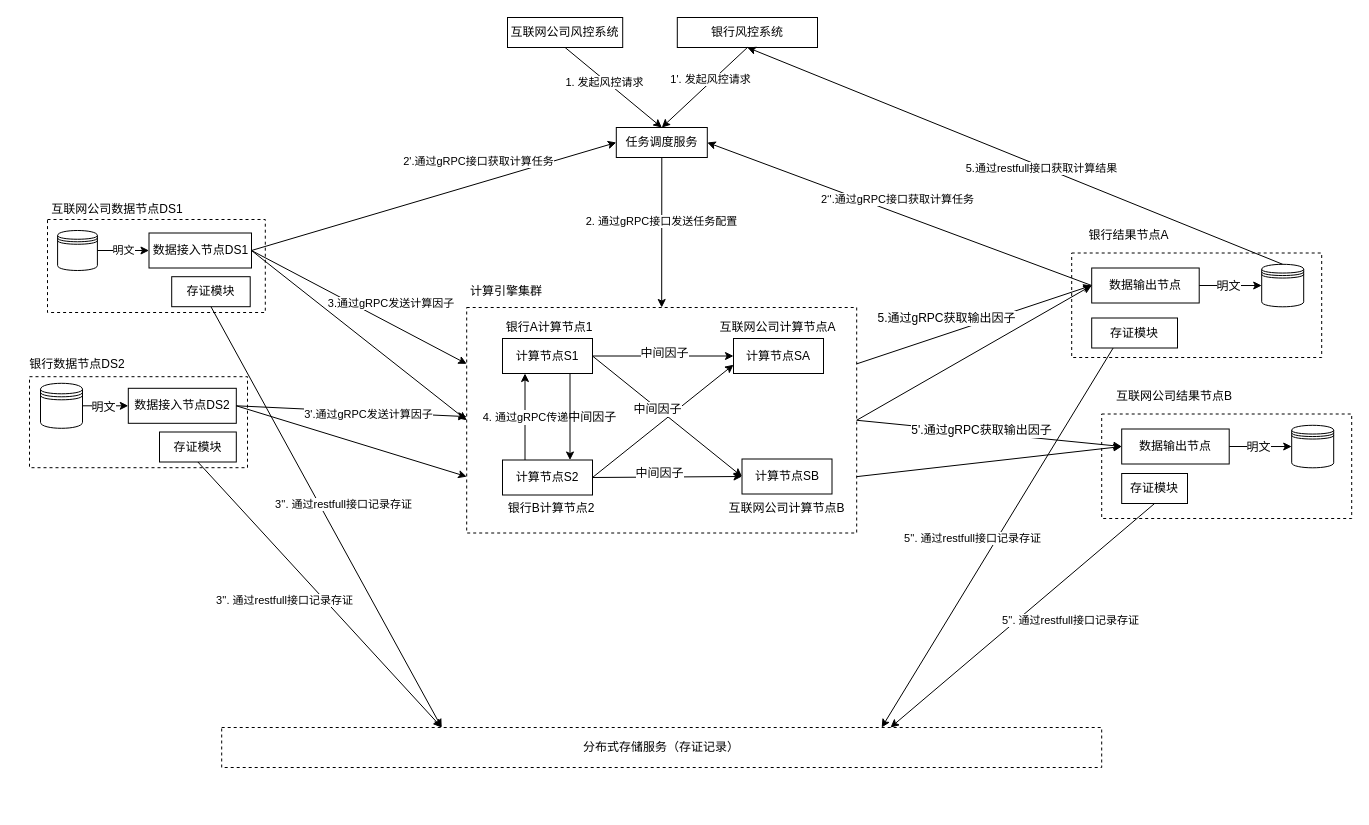
yankaili2006/drawing_io keeps this draw.io diagram as lianhefengkong.drawio. Above is the earlier version. Source tidied: cells renumbered, new cells numbered last; positions are measured from the earlier drawing's top-left corner, leaving out a move shared by most shapes. Both pictures are drawn from the tidied source at 100%, with x=0, y=0 at pixel (17, 17).
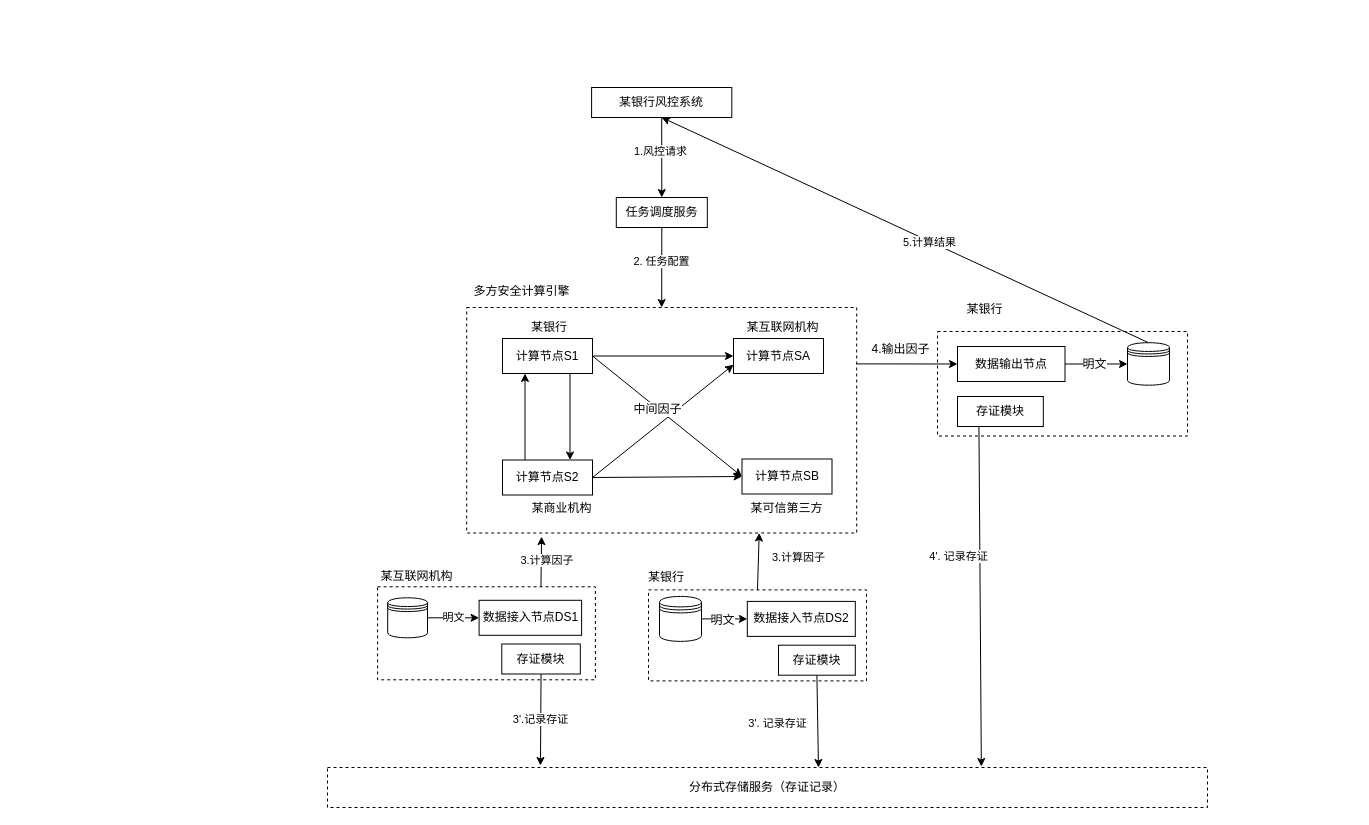
The same page after the edit.

Unchanged cells that the change refers to:
```xml
<mxCell id="6" style="rounded=0;whiteSpace=wrap;html=1;fillColor=none;labelPosition=center;verticalLabelPosition=middle;align=center;verticalAlign=middle;dashed=1;" parent="1" vertex="1">
  <mxGeometry x="449.2" y="290" width="390" height="225.5" as="geometry" />
</mxCell>
<mxCell id="10" style="endArrow=classic;html=1;entryX=0.5;entryY=0;entryDx=0;entryDy=0;exitX=0.5;exitY=1;exitDx=0;exitDy=0;" parent="1" edge="1" source="9" target="6">
  <mxGeometry relative="1" as="geometry" />
</mxCell>
<mxCell id="17" style="endArrow=classic;html=1;exitX=0.25;exitY=0;exitDx=0;exitDy=0;entryX=0.25;entryY=1;entryDx=0;entryDy=0;" parent="1" edge="1" source="19" target="16">
  <mxGeometry relative="1" as="geometry" />
</mxCell>
<mxCell id="23" style="endArrow=classic;html=1;exitX=1;exitY=0.5;exitDx=0;exitDy=0;entryX=0;entryY=0.5;entryDx=0;entryDy=0;" parent="1" edge="1" source="16" target="21">
  <mxGeometry relative="1" as="geometry" />
</mxCell>
<mxCell id="25" style="endArrow=classic;html=1;exitX=1;exitY=0.5;exitDx=0;exitDy=0;entryX=0;entryY=0.5;entryDx=0;entryDy=0;" parent="1" edge="1" source="19" target="20">
  <mxGeometry relative="1" as="geometry" />
</mxCell>
<mxCell id="52" style="endArrow=classic;html=1;entryX=0;entryY=0.5;entryDx=0;entryDy=0;exitX=1;exitY=0.25;exitDx=0;exitDy=0;" parent="1" edge="1" source="6" target="42">
  <mxGeometry relative="1" as="geometry" />
</mxCell>
<mxCell id="75" style="endArrow=classic;html=1;entryX=0.5;entryY=0;entryDx=0;entryDy=0;exitX=0.5;exitY=1;exitDx=0;exitDy=0;" parent="1" edge="1" source="74" target="9">
  <mxGeometry relative="1" as="geometry" />
</mxCell>
<mxCell id="79" style="endArrow=classic;html=1;entryX=0.5;entryY=1;entryDx=0;entryDy=0;exitX=0.5;exitY=0;exitDx=0;exitDy=0;" parent="1" edge="1" source="44" target="74">
  <mxGeometry relative="1" as="geometry" />
</mxCell>
```

Diff of the diagram source:
```diff
@@
-    <mxCell id="2" style="rounded=0;whiteSpace=wrap;html=1;dashed=1;" parent="1" vertex="1">
-      <mxGeometry x="1084.2" y="396.5" width="250" height="104.5" as="geometry" />
-    </mxCell>
     <mxCell id="3" style="rounded=0;whiteSpace=wrap;html=1;dashed=1;" parent="1" vertex="1">
-      <mxGeometry x="1054.2" y="235.5" width="250" height="104.5" as="geometry" />
+      <mxGeometry x="920" y="314" width="250" height="104.5" as="geometry" />
     </mxCell>
     <mxCell id="4" style="rounded=0;whiteSpace=wrap;html=1;dashed=1;" parent="1" vertex="1">
-      <mxGeometry x="12" y="359.2" width="218" height="91" as="geometry" />
+      <mxGeometry x="631" y="572.4" width="218" height="91" as="geometry" />
     </mxCell>
     <mxCell id="5" style="rounded=0;whiteSpace=wrap;html=1;dashed=1;" parent="1" vertex="1">
-      <mxGeometry x="30" y="202" width="217.8" height="93" as="geometry" />
+      <mxGeometry x="360.1" y="569.3" width="217.8" height="93" as="geometry" />
     </mxCell>
@@
-    <mxCell id="7" value="&lt;span&gt;互联网公司风控系统&lt;/span&gt;" style="rounded=0;whiteSpace=wrap;html=1;" parent="1" vertex="1">
-      <mxGeometry x="490" width="115.2" height="30" as="geometry" />
-    </mxCell>
     <mxCell id="8" value="数据接入节点DS2" style="rounded=0;whiteSpace=wrap;html=1;" parent="1" vertex="1">
-      <mxGeometry x="110.8" y="370.8" width="108" height="35" as="geometry" />
+      <mxGeometry x="729.8" y="583.9" width="108" height="35" as="geometry" />
     </mxCell>
     <mxCell id="9" value="任务调度服务" style="rounded=0;whiteSpace=wrap;html=1;" parent="1" vertex="1">
-      <mxGeometry x="598.8" y="110" width="91" height="30" as="geometry" />
+      <mxGeometry x="598.8" y="180" width="91" height="30" as="geometry" />
     </mxCell>
@@
-    <mxCell id="11" value="2. 通过gRPC接口发送任务配置" style="edgeLabel;html=1;align=center;verticalAlign=middle;" parent="10" vertex="1">
+    <mxCell id="11" value="2. 任务配置" style="edgeLabel;html=1;align=center;verticalAlign=middle;" parent="10" vertex="1">
       <mxGeometry x="-0.15" y="-1" relative="1" as="geometry" />
     </mxCell>
-    <mxCell id="12" style="endArrow=classic;html=1;entryX=0.5;entryY=0;entryDx=0;entryDy=0;exitX=0.5;exitY=1;exitDx=0;exitDy=0;" parent="1" edge="1" source="7" target="9">
-      <mxGeometry relative="1" as="geometry" />
-    </mxCell>
-    <mxCell id="13" value="1. 发起风控请求" style="edgeLabel;html=1;align=center;verticalAlign=middle;" parent="12" vertex="1">
-      <mxGeometry x="-0.17" y="-2" relative="1" as="geometry" />
-    </mxCell>
-    <mxCell id="14" style="endArrow=classic;html=1;entryX=0;entryY=0.5;entryDx=0;entryDy=0;exitX=1;exitY=0.5;exitDx=0;exitDy=0;" parent="1" edge="1" source="6" target="42">
-      <mxGeometry relative="1" as="geometry" />
-    </mxCell>
     <mxCell id="15" value="存证模块" style="rounded=0;whiteSpace=wrap;html=1;fillColor=none;" parent="1" vertex="1">
-      <mxGeometry x="142" y="414.5" width="76.8" height="30" as="geometry" />
+      <mxGeometry x="761" y="627.7" width="76.8" height="30" as="geometry" />
     </mxCell>
@@
-    <mxCell id="18" value="4. 通过gRPC传递&lt;span style=&quot;font-size: 12px&quot;&gt;中间因子&lt;/span&gt;" style="edgeLabel;html=1;align=center;verticalAlign=middle;" parent="17" vertex="1">
-      <mxGeometry x="-0.01" relative="1" as="geometry">
-        <mxPoint x="24.2" as="offset" />
-      </mxGeometry>
-    </mxCell>
@@
-    <mxCell id="24" value="&lt;span style=&quot;font-size: 12px&quot;&gt;中间因子&lt;/span&gt;" style="edgeLabel;html=1;align=center;verticalAlign=middle;" parent="23" vertex="1">
-      <mxGeometry y="3" relative="1" as="geometry" />
-    </mxCell>
@@
-    <mxCell id="26" value="&lt;span style=&quot;font-size: 12px&quot;&gt;中间因子&lt;/span&gt;" style="edgeLabel;html=1;align=center;verticalAlign=middle;" parent="25" vertex="1">
-      <mxGeometry x="-0.11" y="4" relative="1" as="geometry" />
-    </mxCell>
@@
-    <mxCell id="30" value="互联网公司计算节点B" style="text;html=1;strokeColor=none;fillColor=none;align=center;verticalAlign=middle;whiteSpace=wrap;rounded=0;" parent="1" vertex="1">
+    <mxCell id="30" value="某可信第三方" style="text;html=1;strokeColor=none;fillColor=none;align=center;verticalAlign=middle;whiteSpace=wrap;rounded=0;" parent="1" vertex="1">
       <mxGeometry x="707.1" y="480.5" width="124.8" height="20" as="geometry" />
     </mxCell>
-    <mxCell id="31" value="互联网公司计算节点A" style="text;html=1;strokeColor=none;fillColor=none;align=center;verticalAlign=middle;whiteSpace=wrap;rounded=0;" parent="1" vertex="1">
-      <mxGeometry x="694.4" y="300" width="133.2" height="20" as="geometry" />
+    <mxCell id="31" value="某互联网机构" style="text;html=1;strokeColor=none;fillColor=none;align=center;verticalAlign=middle;whiteSpace=wrap;rounded=0;" parent="1" vertex="1">
+      <mxGeometry x="698.6" y="300" width="133.2" height="20" as="geometry" />
     </mxCell>
-    <mxCell id="32" value="银行A计算节点1" style="text;html=1;strokeColor=none;fillColor=none;align=center;verticalAlign=middle;whiteSpace=wrap;rounded=0;" parent="1" vertex="1">
+    <mxCell id="32" value="某银行" style="text;html=1;strokeColor=none;fillColor=none;align=center;verticalAlign=middle;whiteSpace=wrap;rounded=0;" parent="1" vertex="1">
       <mxGeometry x="485" y="300" width="94.2" height="20" as="geometry" />
     </mxCell>
-    <mxCell id="33" value="银行B计算节点2" style="text;html=1;strokeColor=none;fillColor=none;align=center;verticalAlign=middle;whiteSpace=wrap;rounded=0;" parent="1" vertex="1">
-      <mxGeometry x="489.2" y="480.5" width="90" height="20" as="geometry" />
+    <mxCell id="33" value="某商业机构" style="text;html=1;strokeColor=none;fillColor=none;align=center;verticalAlign=middle;whiteSpace=wrap;rounded=0;" parent="1" vertex="1">
+      <mxGeometry x="489.2" y="480.5" width="110.8" height="20" as="geometry" />
     </mxCell>
     <mxCell id="34" style="shape=datastore;whiteSpace=wrap;html=1;" parent="1" vertex="1">
-      <mxGeometry x="23" y="365.8" width="42" height="45" as="geometry" />
+      <mxGeometry x="642" y="578.9" width="42" height="45" as="geometry" />
     </mxCell>
@@
     <mxCell id="37" value="数据接入节点DS1" style="rounded=0;whiteSpace=wrap;html=1;" parent="1" vertex="1">
-      <mxGeometry x="131.5" y="215.5" width="102.5" height="35" as="geometry" />
+      <mxGeometry x="461.6" y="582.8" width="102.5" height="35" as="geometry" />
     </mxCell>
     <mxCell id="38" value="存证模块" style="rounded=0;whiteSpace=wrap;html=1;fillColor=none;" parent="1" vertex="1">
-      <mxGeometry x="154.2" y="259.2" width="78.5" height="30" as="geometry" />
+      <mxGeometry x="484.3" y="626.5" width="78.5" height="30" as="geometry" />
     </mxCell>
     <mxCell id="39" style="shape=datastore;whiteSpace=wrap;html=1;" parent="1" vertex="1">
-      <mxGeometry x="40.1" y="213" width="39.8" height="40" as="geometry" />
+      <mxGeometry x="370.2" y="580.3" width="39.8" height="40" as="geometry" />
     </mxCell>
@@
-    <mxCell id="41" value="互联网公司数据节点DS1" style="text;html=1;strokeColor=none;fillColor=none;align=center;verticalAlign=middle;whiteSpace=wrap;rounded=0;" parent="1" vertex="1">
-      <mxGeometry x="30" y="182" width="140" height="20" as="geometry" />
+    <mxCell id="41" value="某互联网机构" style="text;html=1;strokeColor=none;fillColor=none;align=center;verticalAlign=middle;whiteSpace=wrap;rounded=0;" parent="1" vertex="1">
+      <mxGeometry x="360.1" y="549.3" width="78.9" height="20" as="geometry" />
     </mxCell>
     <mxCell id="42" value="数据输出节点" style="rounded=0;whiteSpace=wrap;html=1;" parent="1" vertex="1">
-      <mxGeometry x="1074.2" y="250.5" width="107.5" height="35" as="geometry" />
+      <mxGeometry x="940" y="329" width="107.5" height="35" as="geometry" />
     </mxCell>
     <mxCell id="43" value="存证模块" style="rounded=0;whiteSpace=wrap;html=1;fillColor=none;" parent="1" vertex="1">
-      <mxGeometry x="1074.2" y="300.5" width="85.8" height="30" as="geometry" />
+      <mxGeometry x="940" y="379" width="85.8" height="30" as="geometry" />
     </mxCell>
     <mxCell id="44" style="shape=datastore;whiteSpace=wrap;html=1;" parent="1" vertex="1">
-      <mxGeometry x="1244.2" y="246.8" width="42" height="42.5" as="geometry" />
+      <mxGeometry x="1110" y="325.2" width="42" height="42.5" as="geometry" />
     </mxCell>
@@
-    <mxCell id="47" value="银行结果节点A" style="text;html=1;strokeColor=none;fillColor=none;align=center;verticalAlign=middle;whiteSpace=wrap;rounded=0;" parent="1" vertex="1">
-      <mxGeometry x="1064.2" y="208" width="94.5" height="20" as="geometry" />
+    <mxCell id="47" value="某银行" style="text;html=1;strokeColor=none;fillColor=none;align=center;verticalAlign=middle;whiteSpace=wrap;rounded=0;" parent="1" vertex="1">
+      <mxGeometry x="920" y="282.2" width="94.5" height="20" as="geometry" />
     </mxCell>
     <mxCell id="48" value="分布式存储服务（存证记录）" style="rounded=0;whiteSpace=wrap;html=1;dashed=1;" parent="1" vertex="1">
-      <mxGeometry x="204.2" y="710" width="880" height="40" as="geometry" />
+      <mxGeometry x="310" y="750" width="880" height="40" as="geometry" />
     </mxCell>
-    <mxCell id="49" style="endArrow=classic;html=1;exitX=0.5;exitY=1;exitDx=0;exitDy=0;entryX=0.25;entryY=0;entryDx=0;entryDy=0;" parent="1" edge="1" source="38" target="48">
+    <mxCell id="49" value="3'.记录存证" style="endArrow=classic;html=1;exitX=0.5;exitY=1;exitDx=0;exitDy=0;entryX=0.242;entryY=-0.05;entryDx=0;entryDy=0;entryPerimeter=0;" parent="1" edge="1" source="38" target="48">
       <mxGeometry relative="1" as="geometry" />
     </mxCell>
-    <mxCell id="50" value="3''. 通过restfull接口记录存证" style="edgeLabel;html=1;align=center;verticalAlign=middle;" parent="49" vertex="1">
-      <mxGeometry x="0.04" relative="1" as="geometry">
-        <mxPoint x="11.7" y="-21.9" as="offset" />
-      </mxGeometry>
-    </mxCell>
-    <mxCell id="51" value="计算引擎集群" style="text;html=1;strokeColor=none;fillColor=none;align=center;verticalAlign=middle;whiteSpace=wrap;rounded=0;" parent="1" vertex="1">
-      <mxGeometry x="449.2" y="264.2" width="79.5" height="20" as="geometry" />
+    <mxCell id="51" value="多方安全计算引擎" style="text;html=1;strokeColor=none;fillColor=none;align=center;verticalAlign=middle;whiteSpace=wrap;rounded=0;" parent="1" vertex="1">
+      <mxGeometry x="449.2" y="264.2" width="110.8" height="20" as="geometry" />
     </mxCell>
@@
-    <mxCell id="53" value="5.通过gRPC获取输出因子" style="text;html=1;align=center;verticalAlign=middle;labelBackgroundColor=#ffffff;" parent="52" vertex="1">
+    <mxCell id="53" value="4.输出因子" style="text;html=1;align=center;verticalAlign=middle;labelBackgroundColor=#ffffff;" parent="52" vertex="1">
       <mxGeometry x="-0.06" y="3" relative="1" as="geometry">
-        <mxPoint x="-19.3" y="-6" as="offset" />
+        <mxPoint x="-4.2" y="-11.6" as="offset" />
       </mxGeometry>
     </mxCell>
-    <mxCell id="54" value="银行数据节点DS2" style="text;html=1;strokeColor=none;fillColor=none;align=center;verticalAlign=middle;whiteSpace=wrap;rounded=0;" parent="1" vertex="1">
-      <mxGeometry y="337.2" width="120" height="20" as="geometry" />
+    <mxCell id="54" value="某银行" style="text;html=1;strokeColor=none;fillColor=none;align=center;verticalAlign=middle;whiteSpace=wrap;rounded=0;" parent="1" vertex="1">
+      <mxGeometry x="619" y="550.4" width="60" height="20" as="geometry" />
     </mxCell>
-    <mxCell id="55" style="endArrow=classic;html=1;exitX=0.25;exitY=1;exitDx=0;exitDy=0;entryX=0.75;entryY=0;entryDx=0;entryDy=0;" parent="1" edge="1" source="43" target="48">
+    <mxCell id="55" style="endArrow=classic;html=1;exitX=0.25;exitY=1;exitDx=0;exitDy=0;entryX=0.743;entryY=-0.025;entryDx=0;entryDy=0;entryPerimeter=0;" parent="1" edge="1" source="43" target="48">
       <mxGeometry relative="1" as="geometry" />
     </mxCell>
-    <mxCell id="56" value="5''. 通过restfull接口记录存证" style="edgeLabel;html=1;align=center;verticalAlign=middle;" parent="55" vertex="1">
+    <mxCell id="56" value="4'. 记录存证" style="edgeLabel;html=1;align=center;verticalAlign=middle;" parent="55" vertex="1">
       <mxGeometry x="0.04" relative="1" as="geometry">
-        <mxPoint x="-21" y="-7.4" as="offset" />
+        <mxPoint x="-22" y="-47" as="offset" />
       </mxGeometry>
     </mxCell>
-    <mxCell id="57" value="数据输出节点" style="rounded=0;whiteSpace=wrap;html=1;" parent="1" vertex="1">
-      <mxGeometry x="1104.2" y="411.5" width="107.5" height="35" as="geometry" />
-    </mxCell>
-    <mxCell id="58" value="存证模块" style="rounded=0;whiteSpace=wrap;html=1;fillColor=none;" parent="1" vertex="1">
-      <mxGeometry x="1104.2" y="456" width="65.8" height="30" as="geometry" />
-    </mxCell>
-    <mxCell id="59" style="shape=datastore;whiteSpace=wrap;html=1;" parent="1" vertex="1">
-      <mxGeometry x="1274.2" y="407.8" width="42" height="42.5" as="geometry" />
-    </mxCell>
-    <mxCell id="60" style="endArrow=classic;html=1;exitX=1;exitY=0.5;exitDx=0;exitDy=0;" parent="1" edge="1" source="57" target="59">
-      <mxGeometry relative="1" as="geometry" />
-    </mxCell>
-    <mxCell id="61" value="明文" style="text;html=1;align=center;verticalAlign=middle;labelBackgroundColor=#ffffff;" parent="60" vertex="1">
-      <mxGeometry x="-0.06" relative="1" as="geometry" />
-    </mxCell>
-    <mxCell id="62" value="互联网公司结果节点B" style="text;html=1;strokeColor=none;fillColor=none;align=center;verticalAlign=middle;whiteSpace=wrap;rounded=0;" parent="1" vertex="1">
-      <mxGeometry x="1094.2" y="369" width="125.8" height="20" as="geometry" />
-    </mxCell>
-    <mxCell id="63" style="endArrow=classic;html=1;entryX=0;entryY=0.5;entryDx=0;entryDy=0;exitX=1;exitY=0.5;exitDx=0;exitDy=0;" parent="1" edge="1" source="6" target="57">
-      <mxGeometry relative="1" as="geometry" />
-    </mxCell>
-    <mxCell id="64" value="5'.通过gRPC获取输出因子" style="text;html=1;align=center;verticalAlign=middle;labelBackgroundColor=#ffffff;" parent="63" vertex="1">
-      <mxGeometry x="-0.06" y="3" relative="1" as="geometry" />
-    </mxCell>
-    <mxCell id="65" style="endArrow=classic;html=1;entryX=0;entryY=0.5;entryDx=0;entryDy=0;exitX=1;exitY=0.75;exitDx=0;exitDy=0;" parent="1" edge="1" source="6" target="57">
-      <mxGeometry relative="1" as="geometry" />
-    </mxCell>
-    <mxCell id="66" style="endArrow=classic;html=1;exitX=1;exitY=0.5;exitDx=0;exitDy=0;entryX=0;entryY=0.25;entryDx=0;entryDy=0;" parent="1" edge="1" source="37" target="6">
+    <mxCell id="66" style="endArrow=classic;html=1;exitX=0.75;exitY=0;exitDx=0;exitDy=0;entryX=0.192;entryY=1.016;entryDx=0;entryDy=0;entryPerimeter=0;" parent="1" edge="1" source="5" target="6">
       <mxGeometry relative="1" as="geometry" />
     </mxCell>
-    <mxCell id="67" value="&amp;nbsp;3.通过gRPC发送计算因子" style="edgeLabel;html=1;align=center;verticalAlign=middle;" parent="66" vertex="1">
+    <mxCell id="67" value="&amp;nbsp;3.计算因子" style="edgeLabel;html=1;align=center;verticalAlign=middle;" parent="66" vertex="1">
       <mxGeometry x="0.18" y="4" relative="1" as="geometry">
-        <mxPoint x="7.9" y="-11" as="offset" />
+        <mxPoint x="7.9" y="3" as="offset" />
       </mxGeometry>
     </mxCell>
-    <mxCell id="68" style="endArrow=classic;html=1;exitX=1;exitY=0.5;exitDx=0;exitDy=0;entryX=0;entryY=0.5;entryDx=0;entryDy=0;" parent="1" edge="1" source="37" target="6">
-      <mxGeometry relative="1" as="geometry" />
-    </mxCell>
-    <mxCell id="69" style="endArrow=classic;html=1;exitX=1;exitY=0.5;exitDx=0;exitDy=0;entryX=0;entryY=0.484;entryDx=0;entryDy=0;entryPerimeter=0;" parent="1" edge="1" source="8" target="6">
+    <mxCell id="69" style="endArrow=classic;html=1;entryX=0.75;entryY=1;entryDx=0;entryDy=0;exitX=0.5;exitY=0;exitDx=0;exitDy=0;" parent="1" edge="1" source="4" target="6">
       <mxGeometry relative="1" as="geometry" />
     </mxCell>
-    <mxCell id="70" value="3'.通过gRPC发送计算因子" style="edgeLabel;html=1;align=center;verticalAlign=middle;" parent="69" vertex="1">
+    <mxCell id="70" value="3.计算因子" style="edgeLabel;html=1;align=center;verticalAlign=middle;" parent="69" vertex="1">
       <mxGeometry x="-0.19" y="-1" relative="1" as="geometry">
-        <mxPoint x="38.4" y="2.9" as="offset" />
+        <mxPoint x="38.4" y="-10" as="offset" />
       </mxGeometry>
     </mxCell>
-    <mxCell id="71" style="endArrow=classic;html=1;exitX=1;exitY=0.5;exitDx=0;exitDy=0;entryX=0;entryY=0.75;entryDx=0;entryDy=0;" parent="1" edge="1" source="8" target="6">
-      <mxGeometry relative="1" as="geometry" />
-    </mxCell>
-    <mxCell id="72" style="endArrow=classic;html=1;entryX=0;entryY=0.5;entryDx=0;entryDy=0;exitX=1;exitY=0.5;exitDx=0;exitDy=0;" parent="1" edge="1" source="37" target="9">
-      <mxGeometry relative="1" as="geometry" />
-    </mxCell>
-    <mxCell id="73" value="2'.通过gRPC接口获取计算任务" style="edgeLabel;html=1;align=center;verticalAlign=middle;" parent="72" vertex="1">
-      <mxGeometry x="-0.1" y="1" relative="1" as="geometry">
-        <mxPoint x="63" y="-39.6" as="offset" />
-      </mxGeometry>
-    </mxCell>
-    <mxCell id="74" value="银行风控系统" style="rounded=0;whiteSpace=wrap;html=1;" parent="1" vertex="1">
-      <mxGeometry x="659.8" width="140.2" height="30" as="geometry" />
+    <mxCell id="74" value="某银行风控系统" style="rounded=0;whiteSpace=wrap;html=1;" parent="1" vertex="1">
+      <mxGeometry x="574.1" y="70" width="140.2" height="30" as="geometry" />
     </mxCell>
@@
-    <mxCell id="76" value="1'. 发起风控请求" style="edgeLabel;html=1;align=center;verticalAlign=middle;" parent="75" vertex="1">
+    <mxCell id="76" value="1.风控请求" style="edgeLabel;html=1;align=center;verticalAlign=middle;" parent="75" vertex="1">
       <mxGeometry x="-0.17" y="-2" relative="1" as="geometry" />
     </mxCell>
-    <mxCell id="77" style="endArrow=classic;html=1;entryX=1;entryY=0.5;entryDx=0;entryDy=0;exitX=0;exitY=0.5;exitDx=0;exitDy=0;" parent="1" edge="1" source="42" target="9">
-      <mxGeometry relative="1" as="geometry" />
-    </mxCell>
-    <mxCell id="78" value="2‘'.通过gRPC接口获取计算任务" style="edgeLabel;html=1;align=center;verticalAlign=middle;" parent="77" vertex="1">
-      <mxGeometry x="-0.1" y="1" relative="1" as="geometry">
-        <mxPoint x="-21.4" y="-22.8" as="offset" />
-      </mxGeometry>
-    </mxCell>
@@
-    <mxCell id="80" value="5.通过restfull接口获取计算结果" style="edgeLabel;html=1;align=center;verticalAlign=middle;" parent="79" vertex="1">
+    <mxCell id="80" value="5.计算结果" style="edgeLabel;html=1;align=center;verticalAlign=middle;" parent="79" vertex="1">
       <mxGeometry x="-0.1" y="1" relative="1" as="geometry" />
     </mxCell>
-    <mxCell id="81" style="endArrow=classic;html=1;exitX=0.5;exitY=1;exitDx=0;exitDy=0;entryX=0.25;entryY=0;entryDx=0;entryDy=0;" parent="1" edge="1" source="15" target="48">
-      <mxGeometry relative="1" as="geometry" />
+    <mxCell id="81" style="endArrow=classic;html=1;exitX=0.5;exitY=1;exitDx=0;exitDy=0;" parent="1" edge="1" source="15">
+      <mxGeometry relative="1" as="geometry">
+        <mxPoint x="801" y="750" as="targetPoint" />
+      </mxGeometry>
     </mxCell>
-    <mxCell id="82" value="3''. 通过restfull接口记录存证" style="edgeLabel;html=1;align=center;verticalAlign=middle;" parent="81" vertex="1">
+    <mxCell id="82" value="3'. 记录存证" style="edgeLabel;html=1;align=center;verticalAlign=middle;" parent="81" vertex="1">
       <mxGeometry x="0.04" relative="1" as="geometry">
         <mxPoint x="-40.8" as="offset" />
       </mxGeometry>
     </mxCell>
-    <mxCell id="83" style="endArrow=classic;html=1;exitX=0.5;exitY=1;exitDx=0;exitDy=0;entryX=0.76;entryY=0;entryDx=0;entryDy=0;entryPerimeter=0;" parent="1" edge="1" source="58" target="48">
-      <mxGeometry relative="1" as="geometry" />
-    </mxCell>
-    <mxCell id="84" value="5''. 通过restfull接口记录存证" style="edgeLabel;html=1;align=center;verticalAlign=middle;" parent="83" vertex="1">
-      <mxGeometry x="0.04" relative="1" as="geometry">
-        <mxPoint x="52.7" as="offset" />
-      </mxGeometry>
-    </mxCell>
```
